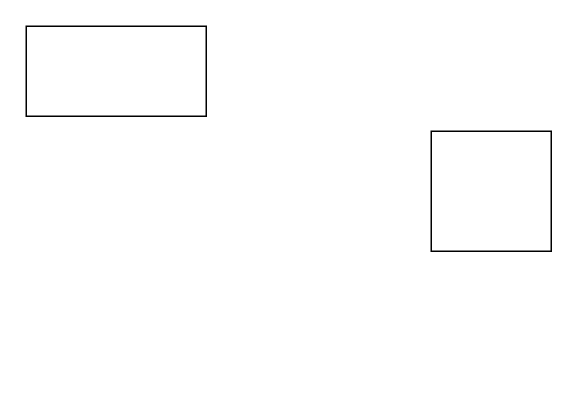
caimiaoyan/mix keeps this draw.io diagram as 未命名绘图.drawio. Above is the earlier version. Source tidied: cells renumbered, new cells numbered last; positions are measured from the earlier drawing's top-left corner, leaving out a move shared by most shapes. Both pictures are drawn from the tidied source at 150%, with x=0, y=0 at pixel (26, 26).
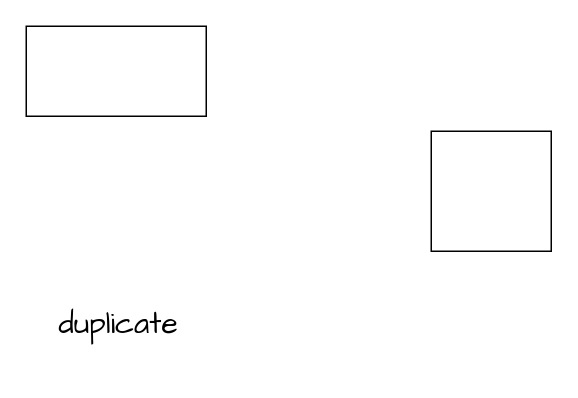
Above is the later version.

Commit message (it also covers changes not shown here):
更新未命名绘图.drawio

Change to the diagram source:
```diff
@@
 <mxGraphModel>
   <root>
     <mxCell id="0" />
     <mxCell id="1" parent="0" />
     <mxCell id="2" style="rounded=0;whiteSpace=wrap;html=1;hachureGap=4;fontFamily=Architects Daughter;fontSize=20;" parent="1" vertex="1">
       <mxGeometry width="120" height="60" as="geometry" />
     </mxCell>
     <mxCell id="3" style="whiteSpace=wrap;html=1;hachureGap=4;fontFamily=Architects Daughter;fontSize=20;" parent="1" vertex="1">
       <mxGeometry x="270" y="70" width="80" height="80" as="geometry" />
     </mxCell>
+    <mxCell id="4" value="duplicate" style="text;whiteSpace=wrap;fontSize=20;fontFamily=Architects Daughter;" parent="1" vertex="1">
+      <mxGeometry x="20" y="180" width="110" height="50" as="geometry" />
+    </mxCell>
   </root>
 </mxGraphModel>
```
